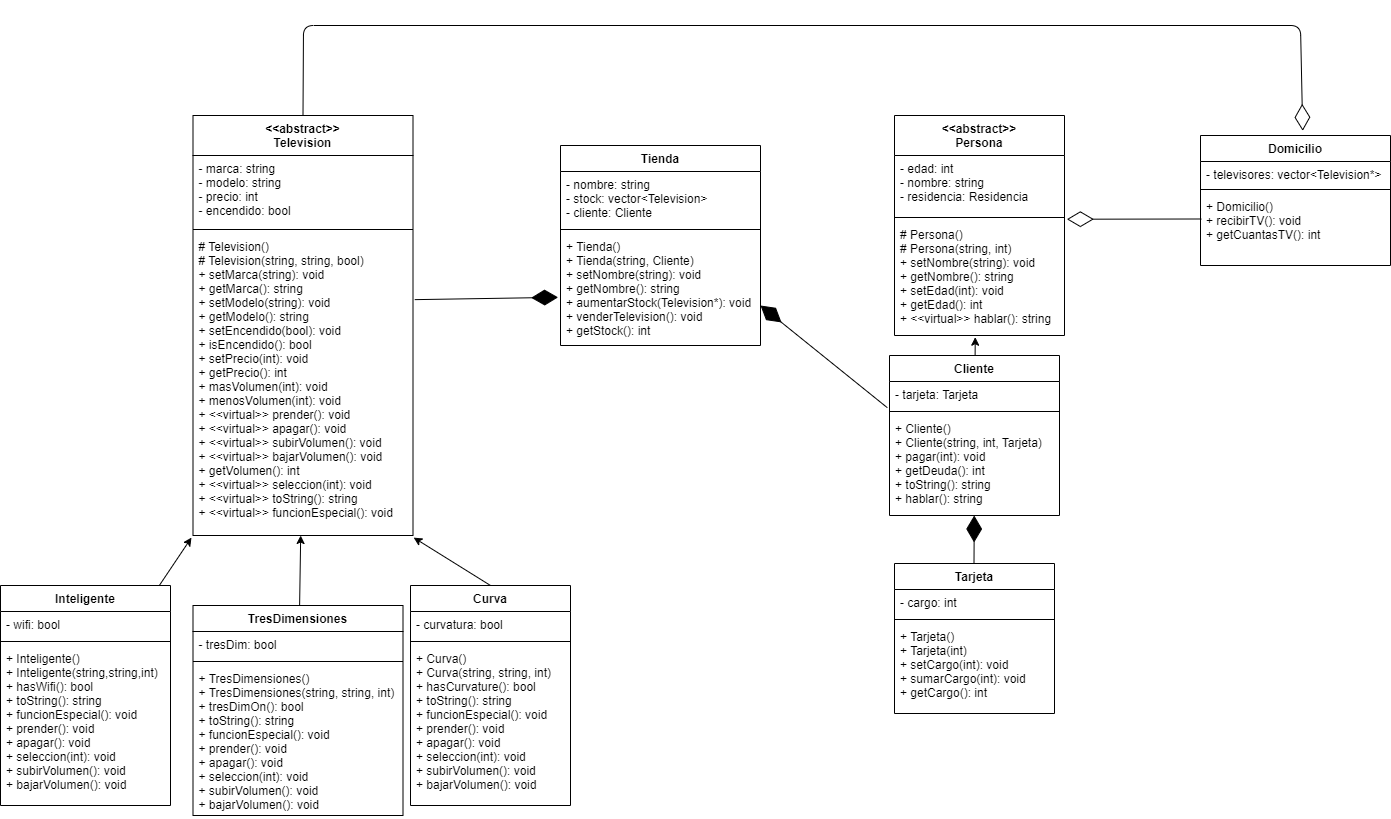
Before: Segundo_semestre/POO/Tareas/Tarea4/uml.png, a diagram exported from draw.io (celiphcephei/Uni). Source tidied: cells renumbered, new cells last; positions are measured from the earlier drawing's top-left corner, leaving out a move shared by most shapes.
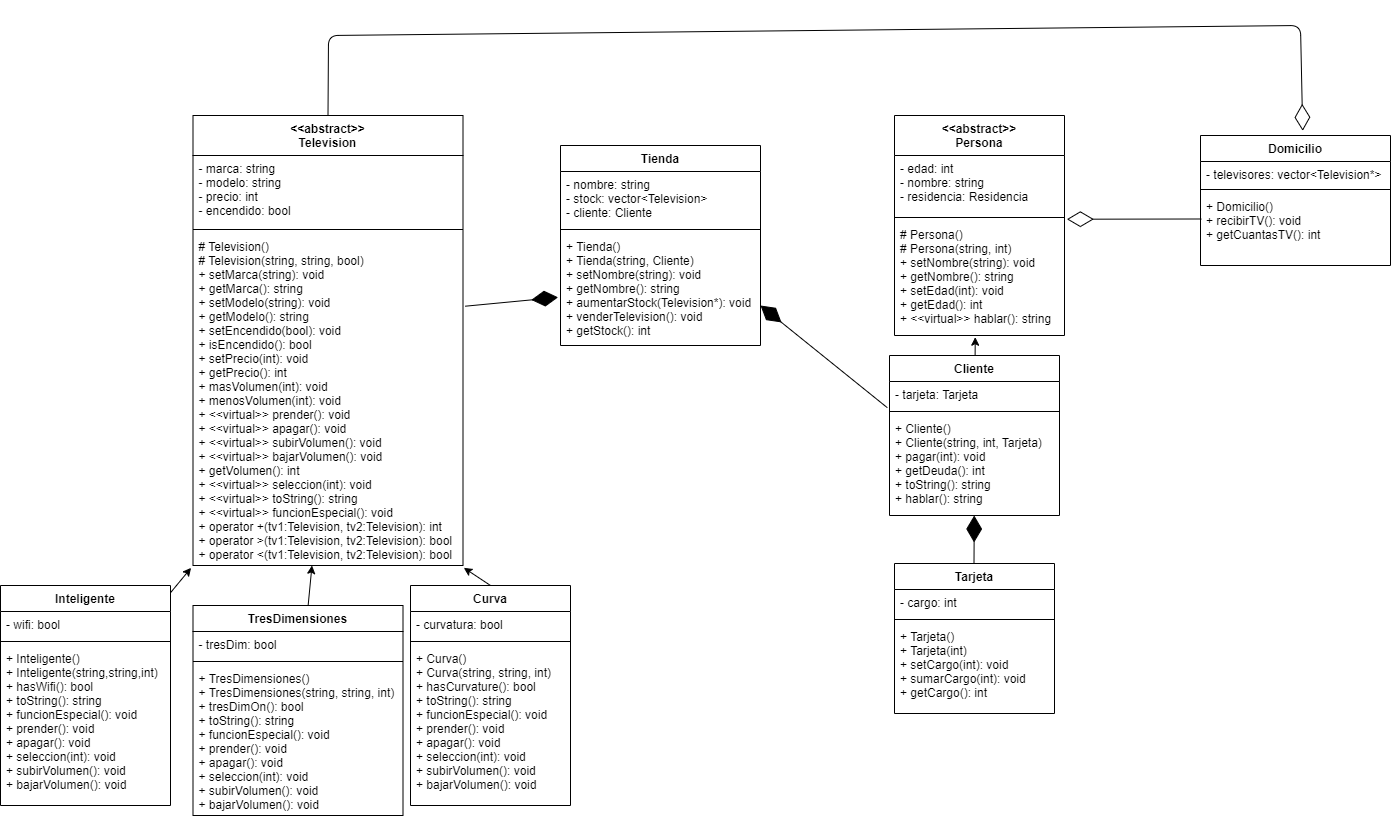
After the commit.

Diff of the diagram source:
```diff
@@ -15,16 +15,16 @@
       <mxGeometry y="88" width="200" height="112" as="geometry" />
     </mxCell>
     <mxCell id="6" value="&lt;&lt;abstract&gt;&gt;&#10;Television" style="swimlane;fontStyle=1;align=center;verticalAlign=top;horizontal=1;startSize=40;" parent="1" vertex="1">
-      <mxGeometry x="192.5" y="90" width="220" height="420" as="geometry" />
+      <mxGeometry x="192.5" y="90" width="270" height="450" as="geometry" />
     </mxCell>
     <mxCell id="7" value="- marca: string&#10;- modelo: string&#10;- precio: int&#10;- encendido: bool" style="text;strokeColor=none;fillColor=none;align=left;verticalAlign=top;spacingLeft=4;spacingRight=4;overflow=hidden;" parent="6" vertex="1">
-      <mxGeometry y="40" width="220" height="70" as="geometry" />
+      <mxGeometry y="40" width="270" height="70" as="geometry" />
     </mxCell>
     <mxCell id="8" style="line;strokeWidth=1;fillColor=none;align=left;verticalAlign=middle;spacingTop=-1;spacingLeft=3;spacingRight=3;labelPosition=right;strokeColor=inherit;" parent="6" vertex="1">
-      <mxGeometry y="110" width="220" height="8" as="geometry" />
+      <mxGeometry y="110" width="270" height="8" as="geometry" />
     </mxCell>
-    <mxCell id="9" value="# Television()&#10;# Television(string, string, bool)&#10;+ setMarca(string): void&#10;+ getMarca(): string&#10;+ setModelo(string): void&#10;+ getModelo(): string&#10;+ setEncendido(bool): void&#10;+ isEncendido(): bool&#10;+ setPrecio(int): void&#10;+ getPrecio(): int&#10;+ masVolumen(int): void&#10;+ menosVolumen(int): void&#10;+ &lt;&lt;virtual&gt;&gt; prender(): void&#10;+ &lt;&lt;virtual&gt;&gt; apagar(): void&#10;+ &lt;&lt;virtual&gt;&gt; subirVolumen(): void&#10;+ &lt;&lt;virtual&gt;&gt; bajarVolumen(): void&#10;+ getVolumen(): int&#10;+ &lt;&lt;virtual&gt;&gt; seleccion(int): void&#10;+ &lt;&lt;virtual&gt;&gt; toString(): string&#10;+ &lt;&lt;virtual&gt;&gt; funcionEspecial(): void" style="text;strokeColor=none;fillColor=none;align=left;verticalAlign=top;spacingLeft=4;spacingRight=4;overflow=hidden;points=[[0,0.5],[1,0.5]];portConstraint=eastwest;" parent="6" vertex="1">
-      <mxGeometry y="118" width="220" height="302" as="geometry" />
+    <mxCell id="9" value="# Television()&#10;# Television(string, string, bool)&#10;+ setMarca(string): void&#10;+ getMarca(): string&#10;+ setModelo(string): void&#10;+ getModelo(): string&#10;+ setEncendido(bool): void&#10;+ isEncendido(): bool&#10;+ setPrecio(int): void&#10;+ getPrecio(): int&#10;+ masVolumen(int): void&#10;+ menosVolumen(int): void&#10;+ &lt;&lt;virtual&gt;&gt; prender(): void&#10;+ &lt;&lt;virtual&gt;&gt; apagar(): void&#10;+ &lt;&lt;virtual&gt;&gt; subirVolumen(): void&#10;+ &lt;&lt;virtual&gt;&gt; bajarVolumen(): void&#10;+ getVolumen(): int&#10;+ &lt;&lt;virtual&gt;&gt; seleccion(int): void&#10;+ &lt;&lt;virtual&gt;&gt; toString(): string&#10;+ &lt;&lt;virtual&gt;&gt; funcionEspecial(): void&#10;+ operator +(tv1:Television, tv2:Television): int&#10;+ operator &gt;(tv1:Television, tv2:Television): bool&#10;+ operator &lt;(tv1:Television, tv2:Television): bool" style="text;strokeColor=none;fillColor=none;align=left;verticalAlign=top;spacingLeft=4;spacingRight=4;overflow=hidden;points=[[0,0.5],[1,0.5]];portConstraint=eastwest;" parent="6" vertex="1">
+      <mxGeometry y="118" width="270" height="332" as="geometry" />
     </mxCell>
     <mxCell id="10" style="edgeStyle=none;html=1;entryX=-0.007;entryY=1.007;entryDx=0;entryDy=0;entryPerimeter=0;" parent="1" edge="1" source="11" target="9">
       <mxGeometry relative="1" as="geometry" />
@@ -120,7 +120,7 @@
     <mxCell id="39" style="endArrow=diamondThin;endFill=0;endSize=24;html=1;exitX=0.5;exitY=0;exitDx=0;exitDy=0;entryX=0.538;entryY=-0.036;entryDx=0;entryDy=0;entryPerimeter=0;" parent="1" edge="1" source="6" target="35">
       <mxGeometry relative="1" as="geometry">
         <Array as="points">
-          <mxPoint x="303" />
+          <mxPoint x="328" y="10" />
           <mxPoint x="1300" />
         </Array>
       </mxGeometry>
```
